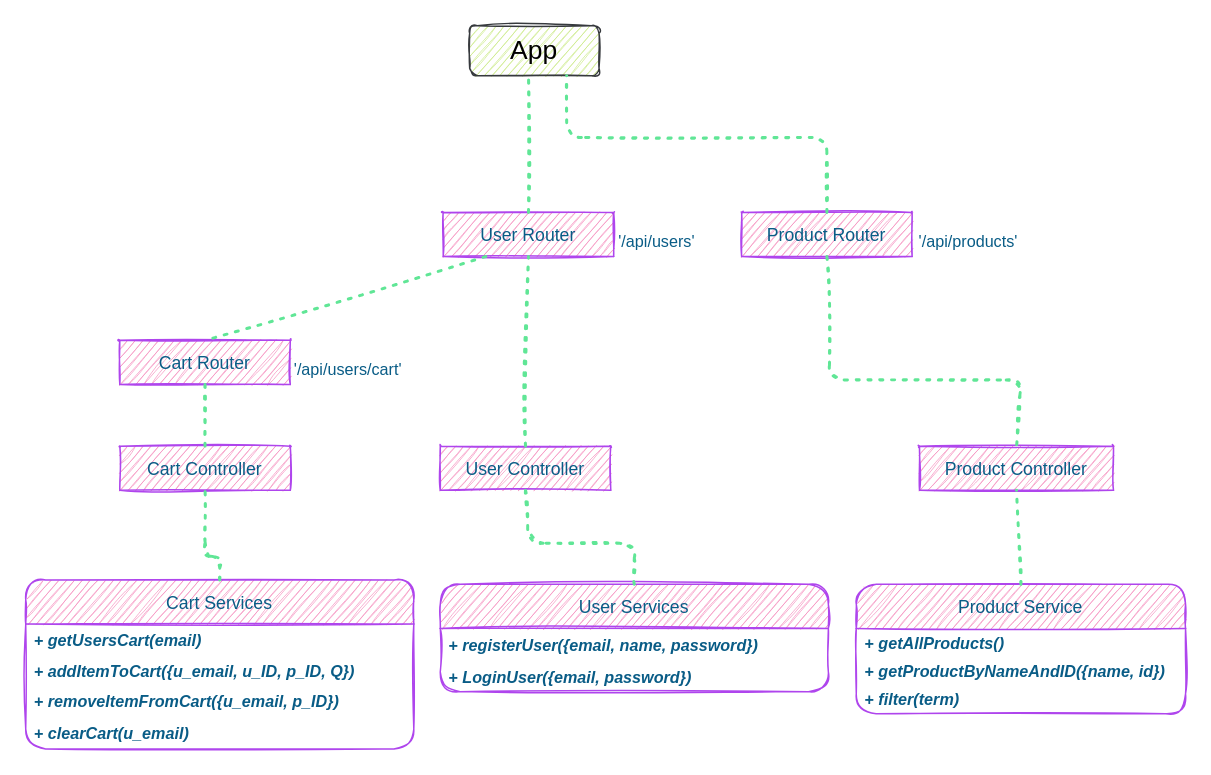
Above: page "Page-2" (2 of 3) of resource/tech-stack.drawio in Willz17/IkeaYouPath (draw.io), before the change. Source tidied: cells renumbered, new cells numbered last; positions are measured from the earlier drawing's top-left corner, leaving out a move shared by most shapes. Both pictures are drawn from the tidied source at 147%, with x=0, y=0 at pixel (25, 25).
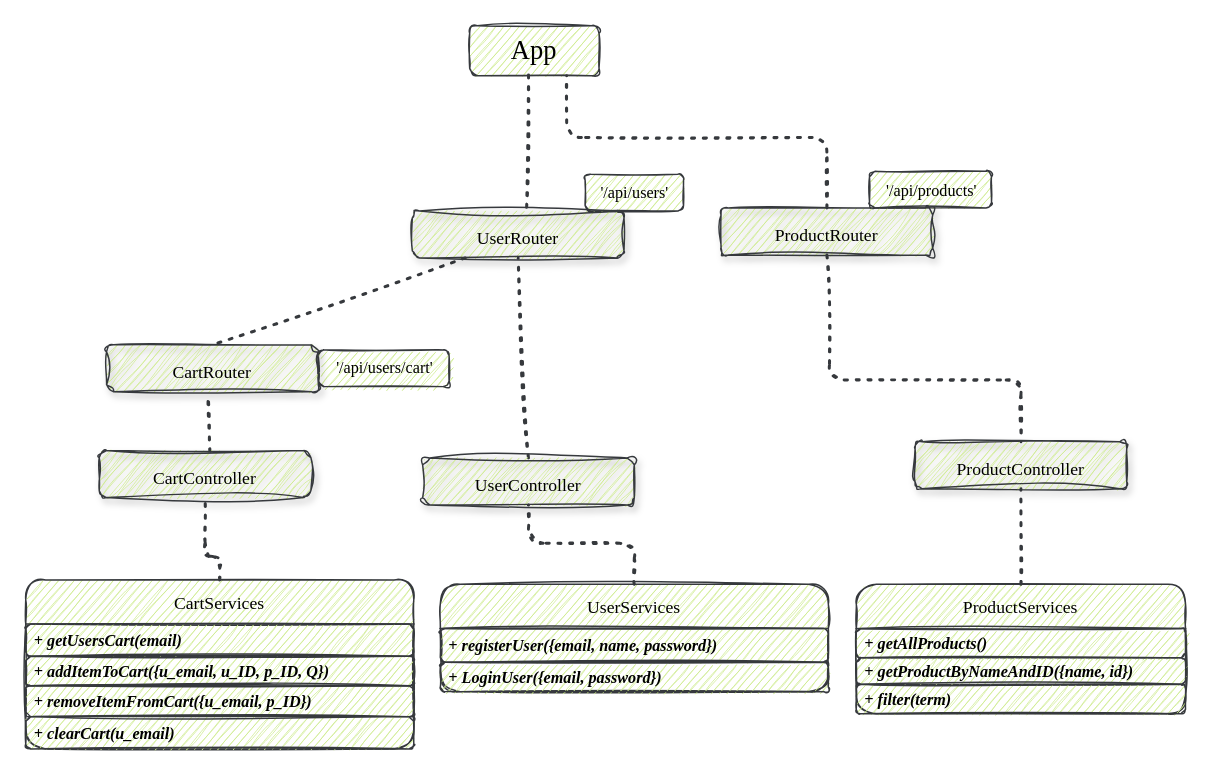
Above is the later version.

Diff of the diagram source:
```diff
@@
-    <mxCell id="2" value="App" style="rounded=1;whiteSpace=wrap;html=1;fontSize=18;sketch=1;fillColor=#cdeb8b;strokeColor=#36393d;" parent="1" vertex="1">
+    <mxCell id="2" value="App" style="rounded=1;whiteSpace=wrap;html=1;fontSize=18;sketch=1;fillColor=#cdeb8b;strokeColor=#36393d;fontFamily=Garamond;" parent="1" vertex="1">
       <mxGeometry x="302" width="88" height="34" as="geometry" />
     </mxCell>
-    <mxCell id="3" value="Product Router" style="swimlane;fontStyle=0;horizontal=1;startSize=30;fontSize=12;rounded=1;sketch=1;fillColor=#F694C1;strokeColor=#AF45ED;fontColor=#095C86;" parent="1" vertex="1" collapsed="1">
-      <mxGeometry x="487" y="127" width="116" height="30" as="geometry" />
-    </mxCell>
-    <mxCell id="4" value="User Router" style="swimlane;fontStyle=0;horizontal=1;startSize=30;fontSize=12;rounded=1;sketch=1;fillColor=#F694C1;strokeColor=#AF45ED;fontColor=#095C86;" parent="1" vertex="1" collapsed="1">
-      <mxGeometry x="284" y="127" width="116" height="30" as="geometry" />
-    </mxCell>
-    <mxCell id="5" value="Cart Router" style="swimlane;fontStyle=0;horizontal=1;startSize=30;fontSize=12;rounded=1;sketch=1;fillColor=#F694C1;strokeColor=#AF45ED;fontColor=#095C86;" parent="1" vertex="1" collapsed="1">
-      <mxGeometry x="64" y="214" width="116" height="30" as="geometry" />
-    </mxCell>
-    <mxCell id="6" value="Cart Controller" style="swimlane;fontStyle=0;horizontal=1;startSize=30;fontSize=12;rounded=1;sketch=1;fillColor=#F694C1;strokeColor=#AF45ED;fontColor=#095C86;" parent="1" vertex="1" collapsed="1">
-      <mxGeometry x="64" y="286" width="116" height="30" as="geometry" />
-    </mxCell>
-    <mxCell id="7" value="User Controller" style="swimlane;fontStyle=0;horizontal=1;startSize=30;fontSize=12;rounded=1;sketch=1;fillColor=#F694C1;strokeColor=#AF45ED;fontColor=#095C86;" parent="1" vertex="1" collapsed="1">
-      <mxGeometry x="282" y="286" width="116" height="30" as="geometry" />
-    </mxCell>
-    <mxCell id="8" value="Product Controller" style="swimlane;fontStyle=0;horizontal=1;startSize=30;fontSize=12;rounded=1;sketch=1;fillColor=#F694C1;strokeColor=#AF45ED;fontColor=#095C86;" parent="1" vertex="1" collapsed="1">
-      <mxGeometry x="608" y="286" width="132" height="30" as="geometry" />
-    </mxCell>
-    <mxCell id="9" value="User Services" style="swimlane;fontStyle=0;horizontal=1;startSize=30;fontSize=12;rounded=1;sketch=1;fillColor=#F694C1;strokeColor=#AF45ED;fontColor=#095C86;" parent="1" vertex="1">
+    <mxCell id="9" value="UserServices" style="swimlane;fontStyle=0;horizontal=1;startSize=30;fontSize=12;rounded=1;sketch=1;fillColor=#cdeb8b;strokeColor=#36393d;fontFamily=Garamond;" parent="1" vertex="1">
       <mxGeometry x="282" y="380" width="264" height="73" as="geometry" />
     </mxCell>
-    <mxCell id="10" value="+ registerUser({email, name, password})" style="text;strokeColor=none;fillColor=none;align=left;verticalAlign=middle;spacingLeft=4;spacingRight=4;overflow=hidden;fontSize=11;fontStyle=3;rounded=1;sketch=1;fontColor=#095C86;" parent="9" vertex="1">
+    <mxCell id="10" value="+ registerUser({email, name, password})" style="text;strokeColor=#36393d;fillColor=#cdeb8b;align=left;verticalAlign=middle;spacingLeft=4;spacingRight=4;overflow=hidden;fontSize=11;fontStyle=3;rounded=1;sketch=1;fontFamily=Garamond;" parent="9" vertex="1">
       <mxGeometry y="30" width="264" height="23" as="geometry" />
     </mxCell>
-    <mxCell id="11" value="+ LoginUser({email, password})" style="text;strokeColor=none;fillColor=none;align=left;verticalAlign=middle;spacingLeft=4;spacingRight=4;overflow=hidden;fontSize=11;fontStyle=3;rounded=1;sketch=1;fontColor=#095C86;" parent="9" vertex="1">
+    <mxCell id="11" value="+ LoginUser({email, password})" style="text;strokeColor=#36393d;fillColor=#cdeb8b;align=left;verticalAlign=middle;spacingLeft=4;spacingRight=4;overflow=hidden;fontSize=11;fontStyle=3;rounded=1;sketch=1;fontFamily=Garamond;" parent="9" vertex="1">
       <mxGeometry y="53" width="264" height="20" as="geometry" />
     </mxCell>
-    <mxCell id="12" value="Product Service" style="swimlane;fontStyle=0;horizontal=1;startSize=30;fontSize=12;rounded=1;sketch=1;fillColor=#F694C1;strokeColor=#AF45ED;fontColor=#095C86;" parent="1" vertex="1">
+    <mxCell id="12" value="ProductServices" style="swimlane;fontStyle=0;horizontal=1;startSize=30;fontSize=12;rounded=1;sketch=1;fillColor=#cdeb8b;strokeColor=#36393d;fontFamily=Garamond;" parent="1" vertex="1">
       <mxGeometry x="565" y="380" width="224" height="88" as="geometry" />
     </mxCell>
-    <mxCell id="13" value="+ getAllProducts()" style="text;strokeColor=none;fillColor=none;align=left;verticalAlign=middle;spacingLeft=4;spacingRight=4;overflow=hidden;fontSize=11;fontStyle=3;rounded=1;sketch=1;fontColor=#095C86;" parent="12" vertex="1">
+    <mxCell id="13" value="+ getAllProducts()" style="text;strokeColor=#36393d;fillColor=#cdeb8b;align=left;verticalAlign=middle;spacingLeft=4;spacingRight=4;overflow=hidden;fontSize=11;fontStyle=3;rounded=1;sketch=1;fontFamily=Garamond;" parent="12" vertex="1">
       <mxGeometry y="30" width="224" height="20" as="geometry" />
     </mxCell>
-    <mxCell id="14" value="+ getProductByNameAndID({name, id})" style="text;strokeColor=none;fillColor=none;align=left;verticalAlign=middle;spacingLeft=4;spacingRight=4;overflow=hidden;fontSize=11;fontStyle=3;rounded=1;sketch=1;fontColor=#095C86;" parent="12" vertex="1">
+    <mxCell id="14" value="+ getProductByNameAndID({name, id})" style="text;strokeColor=#36393d;fillColor=#cdeb8b;align=left;verticalAlign=middle;spacingLeft=4;spacingRight=4;overflow=hidden;fontSize=11;fontStyle=3;rounded=1;sketch=1;fontFamily=Garamond;" parent="12" vertex="1">
       <mxGeometry y="50" width="224" height="18" as="geometry" />
     </mxCell>
-    <mxCell id="15" value="+ filter(term)" style="text;strokeColor=none;fillColor=none;align=left;verticalAlign=middle;spacingLeft=4;spacingRight=4;overflow=hidden;fontSize=11;fontStyle=3;rounded=1;sketch=1;fontColor=#095C86;" parent="12" vertex="1">
+    <mxCell id="15" value="+ filter(term)" style="text;strokeColor=#36393d;fillColor=#cdeb8b;align=left;verticalAlign=middle;spacingLeft=4;spacingRight=4;overflow=hidden;fontSize=11;fontStyle=3;rounded=1;sketch=1;fontFamily=Garamond;" parent="12" vertex="1">
       <mxGeometry y="68" width="224" height="20" as="geometry" />
     </mxCell>
-    <mxCell id="16" value="'/api/users'" style="text;html=1;align=center;verticalAlign=middle;strokeColor=none;fillColor=none;fontSize=11;rounded=1;sketch=1;fontColor=#095C86;" parent="1" vertex="1">
-      <mxGeometry x="394" y="134" width="70" height="25" as="geometry" />
+    <mxCell id="16" value="'/api/users'" style="text;html=1;align=center;verticalAlign=middle;strokeColor=#36393d;fillColor=#cdeb8b;fontSize=11;rounded=1;sketch=1;fontFamily=Garamond;" parent="1" vertex="1">
+      <mxGeometry x="380.5" y="101" width="67" height="25" as="geometry" />
     </mxCell>
-    <mxCell id="17" style="endArrow=none;dashed=1;html=1;dashPattern=1 3;strokeWidth=2;rounded=1;fontSize=13;entryX=0.455;entryY=0.987;entryDx=0;entryDy=0;entryPerimeter=0;exitX=0.5;exitY=0;exitDx=0;exitDy=0;sketch=1;strokeColor=#60E696;fontColor=#095C86;" parent="1" edge="1" source="4" target="2">
+    <mxCell id="17" style="endArrow=none;dashed=1;html=1;dashPattern=1 3;strokeWidth=2;rounded=1;fontSize=13;entryX=0.455;entryY=0.987;entryDx=0;entryDy=0;entryPerimeter=0;exitX=0.54;exitY=-0.079;exitDx=0;exitDy=0;sketch=1;strokeColor=#36393d;fontColor=#095C86;fillColor=#cdeb8b;fontFamily=Garamond;exitPerimeter=0;" parent="1" edge="1" source="36" target="2">
       <mxGeometry relative="1" as="geometry" />
     </mxCell>
-    <mxCell id="18" style="endArrow=none;dashed=1;html=1;dashPattern=1 3;strokeWidth=2;rounded=1;fontSize=13;entryX=0.75;entryY=1;entryDx=0;entryDy=0;exitX=0.5;exitY=0;exitDx=0;exitDy=0;sketch=1;strokeColor=#60E696;fontColor=#095C86;" parent="1" edge="1" source="3" target="2">
+    <mxCell id="18" style="endArrow=none;dashed=1;html=1;dashPattern=1 3;strokeWidth=2;rounded=1;fontSize=13;entryX=0.75;entryY=1;entryDx=0;entryDy=0;exitX=0.5;exitY=0;exitDx=0;exitDy=0;sketch=1;strokeColor=#36393d;fontColor=#095C86;fillColor=#cdeb8b;fontFamily=Garamond;" parent="1" edge="1" source="37" target="2">
       <mxGeometry relative="1" as="geometry">
         <Array as="points">
           <mxPoint x="545" y="76" />
           <mxPoint x="368" y="76" />
         </Array>
       </mxGeometry>
     </mxCell>
-    <mxCell id="19" value="'/api/products'" style="text;html=1;align=center;verticalAlign=middle;strokeColor=none;fillColor=none;fontSize=11;rounded=1;sketch=1;fontColor=#095C86;" parent="1" vertex="1">
-      <mxGeometry x="598" y="134" width="85" height="25" as="geometry" />
+    <mxCell id="19" value="'/api/products'" style="text;html=1;align=center;verticalAlign=middle;strokeColor=#36393d;fillColor=#cdeb8b;fontSize=11;rounded=1;sketch=1;fontFamily=Garamond;" parent="1" vertex="1">
+      <mxGeometry x="574" y="99" width="83" height="25" as="geometry" />
     </mxCell>
-    <mxCell id="20" style="endArrow=none;dashed=1;html=1;dashPattern=1 3;strokeWidth=2;rounded=1;fontSize=13;exitX=0.25;exitY=1;exitDx=0;exitDy=0;entryX=0.5;entryY=0;entryDx=0;entryDy=0;sketch=1;strokeColor=#60E696;fontColor=#095C86;" parent="1" edge="1" source="4" target="5">
+    <mxCell id="20" style="endArrow=none;dashed=1;html=1;dashPattern=1 3;strokeWidth=2;rounded=1;fontSize=13;exitX=0.25;exitY=1;exitDx=0;exitDy=0;entryX=0.5;entryY=0;entryDx=0;entryDy=0;sketch=1;strokeColor=#36393d;fontColor=#095C86;fillColor=#cdeb8b;fontFamily=Garamond;" parent="1" edge="1" source="36" target="38">
       <mxGeometry relative="1" as="geometry" />
     </mxCell>
-    <mxCell id="21" value="'/api/users/cart'" style="text;html=1;align=center;verticalAlign=middle;strokeColor=none;fillColor=none;fontSize=11;rounded=1;sketch=1;fontColor=#095C86;" parent="1" vertex="1">
-      <mxGeometry x="173" y="221" width="91" height="25" as="geometry" />
+    <mxCell id="21" value="'/api/users/cart'" style="text;html=1;align=center;verticalAlign=middle;strokeColor=#36393d;fillColor=#cdeb8b;fontSize=11;rounded=1;sketch=1;fontFamily=Garamond;" parent="1" vertex="1">
+      <mxGeometry x="199" y="220.5" width="89" height="25" as="geometry" />
     </mxCell>
-    <mxCell id="22" style="endArrow=none;dashed=1;html=1;dashPattern=1 3;strokeWidth=2;rounded=1;fontSize=13;exitX=0.5;exitY=0;exitDx=0;exitDy=0;entryX=0.5;entryY=1;entryDx=0;entryDy=0;sketch=1;strokeColor=#60E696;fontColor=#095C86;" parent="1" edge="1" source="6" target="5">
+    <mxCell id="22" style="endArrow=none;dashed=1;html=1;dashPattern=1 3;strokeWidth=2;rounded=1;fontSize=13;exitX=0.523;exitY=0.024;exitDx=0;exitDy=0;entryX=0.48;entryY=1.108;entryDx=0;entryDy=0;sketch=1;strokeColor=#36393d;fontColor=#095C86;fillColor=#cdeb8b;fontFamily=Garamond;exitPerimeter=0;entryPerimeter=0;" parent="1" edge="1" source="33" target="38">
       <mxGeometry relative="1" as="geometry" />
     </mxCell>
-    <mxCell id="23" style="endArrow=none;dashed=1;html=1;dashPattern=1 3;strokeWidth=2;rounded=1;fontSize=13;entryX=0.5;entryY=1;entryDx=0;entryDy=0;exitX=0.5;exitY=0;exitDx=0;exitDy=0;sketch=1;strokeColor=#60E696;fontColor=#095C86;" parent="1" edge="1" source="7" target="4">
+    <mxCell id="23" style="endArrow=none;dashed=1;html=1;dashPattern=1 3;strokeWidth=2;rounded=1;fontSize=13;entryX=0.5;entryY=1;entryDx=0;entryDy=0;exitX=0.5;exitY=0;exitDx=0;exitDy=0;sketch=1;strokeColor=#36393d;fontColor=#095C86;fillColor=#cdeb8b;fontFamily=Garamond;" parent="1" edge="1" source="34" target="36">
       <mxGeometry relative="1" as="geometry" />
     </mxCell>
-    <mxCell id="24" style="endArrow=none;dashed=1;html=1;dashPattern=1 3;strokeWidth=2;rounded=1;fontSize=13;entryX=0.5;entryY=0;entryDx=0;entryDy=0;exitX=0.5;exitY=1;exitDx=0;exitDy=0;sketch=1;strokeColor=#60E696;fontColor=#095C86;" parent="1" edge="1" source="3" target="8">
+    <mxCell id="24" style="endArrow=none;dashed=1;html=1;dashPattern=1 3;strokeWidth=2;rounded=1;fontSize=13;entryX=0.5;entryY=0;entryDx=0;entryDy=0;exitX=0.5;exitY=1;exitDx=0;exitDy=0;sketch=1;strokeColor=#36393d;fontColor=#095C86;fillColor=#cdeb8b;fontFamily=Garamond;" parent="1" edge="1" source="37" target="35">
       <mxGeometry relative="1" as="geometry">
         <Array as="points">
           <mxPoint x="547" y="241" />
           <mxPoint x="677" y="241" />
         </Array>
       </mxGeometry>
     </mxCell>
-    <mxCell id="25" value="Cart Services" style="swimlane;fontStyle=0;horizontal=1;startSize=30;fontSize=12;rounded=1;sketch=1;fillColor=#F694C1;strokeColor=#AF45ED;fontColor=#095C86;" parent="1" vertex="1">
+    <mxCell id="25" value="CartServices" style="swimlane;fontStyle=0;horizontal=1;startSize=30;fontSize=12;rounded=1;sketch=1;fillColor=#cdeb8b;strokeColor=#36393d;fontFamily=Garamond;" parent="1" vertex="1">
       <mxGeometry y="377" width="264" height="115" as="geometry" />
     </mxCell>
-    <mxCell id="26" value="+ getUsersCart(email)" style="text;strokeColor=none;fillColor=none;align=left;verticalAlign=middle;spacingLeft=4;spacingRight=4;overflow=hidden;fontSize=11;fontStyle=3;rounded=1;sketch=1;fontColor=#095C86;" parent="25" vertex="1">
+    <mxCell id="26" value="+ getUsersCart(email)" style="text;strokeColor=#36393d;fillColor=#cdeb8b;align=left;verticalAlign=middle;spacingLeft=4;spacingRight=4;overflow=hidden;fontSize=11;fontStyle=3;rounded=1;sketch=1;fontFamily=Garamond;" parent="25" vertex="1">
       <mxGeometry y="30" width="264" height="22" as="geometry" />
     </mxCell>
-    <mxCell id="27" value="+ addItemToCart({u_email, u_ID, p_ID, Q})" style="text;strokeColor=none;fillColor=none;align=left;verticalAlign=middle;spacingLeft=4;spacingRight=4;overflow=hidden;fontSize=11;fontStyle=3;rounded=1;sketch=1;fontColor=#095C86;" parent="25" vertex="1">
+    <mxCell id="27" value="+ addItemToCart({u_email, u_ID, p_ID, Q})" style="text;strokeColor=#36393d;fillColor=#cdeb8b;align=left;verticalAlign=middle;spacingLeft=4;spacingRight=4;overflow=hidden;fontSize=11;fontStyle=3;rounded=1;sketch=1;fontFamily=Garamond;" parent="25" vertex="1">
       <mxGeometry y="52" width="264" height="20" as="geometry" />
     </mxCell>
-    <mxCell id="28" value="+ removeItemFromCart({u_email, p_ID})" style="text;strokeColor=none;fillColor=none;align=left;verticalAlign=middle;spacingLeft=4;spacingRight=4;overflow=hidden;fontSize=11;fontStyle=3;rounded=1;sketch=1;fontColor=#095C86;" parent="25" vertex="1">
+    <mxCell id="28" value="+ removeItemFromCart({u_email, p_ID})" style="text;strokeColor=#36393d;fillColor=#cdeb8b;align=left;verticalAlign=middle;spacingLeft=4;spacingRight=4;overflow=hidden;fontSize=11;fontStyle=3;rounded=1;sketch=1;fontFamily=Garamond;" parent="25" vertex="1">
       <mxGeometry y="72" width="264" height="21" as="geometry" />
     </mxCell>
-    <mxCell id="29" value="+ clearCart(u_email)" style="text;strokeColor=none;fillColor=none;align=left;verticalAlign=middle;spacingLeft=4;spacingRight=4;overflow=hidden;fontSize=11;fontStyle=3;rounded=1;sketch=1;fontColor=#095C86;" parent="25" vertex="1">
+    <mxCell id="29" value="+ clearCart(u_email)" style="text;strokeColor=#36393d;fillColor=#cdeb8b;align=left;verticalAlign=middle;spacingLeft=4;spacingRight=4;overflow=hidden;fontSize=11;fontStyle=3;rounded=1;sketch=1;fontFamily=Garamond;" parent="25" vertex="1">
       <mxGeometry y="93" width="264" height="22" as="geometry" />
     </mxCell>
-    <mxCell id="30" style="endArrow=none;dashed=1;html=1;dashPattern=1 3;strokeWidth=2;rounded=1;fontSize=11;exitX=0.5;exitY=0;exitDx=0;exitDy=0;entryX=0.5;entryY=1;entryDx=0;entryDy=0;sketch=1;strokeColor=#60E696;fontColor=#095C86;" parent="1" edge="1" source="9" target="7">
+    <mxCell id="30" style="endArrow=none;dashed=1;html=1;dashPattern=1 3;strokeWidth=2;rounded=1;fontSize=11;exitX=0.5;exitY=0;exitDx=0;exitDy=0;entryX=0.5;entryY=1;entryDx=0;entryDy=0;sketch=1;strokeColor=#36393d;fontColor=#095C86;fillColor=#cdeb8b;fontFamily=Garamond;" parent="1" edge="1" source="9" target="34">
       <mxGeometry relative="1" as="geometry">
         <Array as="points">
           <mxPoint x="414" y="352" />
           <mxPoint x="342" y="352" />
         </Array>
       </mxGeometry>
     </mxCell>
-    <mxCell id="31" style="endArrow=none;dashed=1;html=1;dashPattern=1 3;strokeWidth=2;rounded=1;fontSize=13;exitX=0.5;exitY=0;exitDx=0;exitDy=0;entryX=0.5;entryY=1;entryDx=0;entryDy=0;sketch=1;strokeColor=#60E696;fontColor=#095C86;" parent="1" edge="1" source="12" target="8">
+    <mxCell id="31" style="endArrow=none;dashed=1;html=1;dashPattern=1 3;strokeWidth=2;rounded=1;fontSize=13;exitX=0.5;exitY=0;exitDx=0;exitDy=0;entryX=0.5;entryY=1;entryDx=0;entryDy=0;sketch=1;strokeColor=#36393d;fontColor=#095C86;fillColor=#cdeb8b;fontFamily=Garamond;" parent="1" edge="1" source="12" target="35">
       <mxGeometry relative="1" as="geometry" />
     </mxCell>
-    <mxCell id="32" style="endArrow=none;dashed=1;html=1;dashPattern=1 3;strokeWidth=2;rounded=1;fontSize=13;exitX=0.5;exitY=0;exitDx=0;exitDy=0;entryX=0.5;entryY=1;entryDx=0;entryDy=0;sketch=1;strokeColor=#60E696;fontColor=#095C86;" parent="1" edge="1" source="25" target="6">
+    <mxCell id="32" style="endArrow=none;dashed=1;html=1;dashPattern=1 3;strokeWidth=2;rounded=1;fontSize=13;exitX=0.5;exitY=0;exitDx=0;exitDy=0;entryX=0.5;entryY=1;entryDx=0;entryDy=0;sketch=1;strokeColor=#36393d;fontColor=#095C86;fillColor=#cdeb8b;fontFamily=Garamond;" parent="1" edge="1" source="25" target="33">
       <mxGeometry relative="1" as="geometry">
         <Array as="points">
           <mxPoint x="132" y="361" />
           <mxPoint x="122" y="361" />
         </Array>
       </mxGeometry>
     </mxCell>
+    <mxCell id="33" value="&lt;span style=&quot;font-size: 12px;&quot;&gt;CartController&lt;/span&gt;" style="rounded=1;whiteSpace=wrap;html=1;shadow=1;glass=0;sketch=1;hachureGap=4;jiggle=2;strokeColor=#36393d;fontFamily=Garamond;fontSize=21;fillColor=#cdeb8b;" parent="1" vertex="1">
+      <mxGeometry x="50" y="289" width="144" height="32" as="geometry" />
+    </mxCell>
+    <mxCell id="34" value="&lt;span style=&quot;font-size: 12px;&quot;&gt;UserController&lt;/span&gt;" style="rounded=1;whiteSpace=wrap;html=1;shadow=1;glass=0;sketch=1;hachureGap=4;jiggle=2;strokeColor=#36393d;fontFamily=Garamond;fontSize=21;fillColor=#cdeb8b;" parent="1" vertex="1">
+      <mxGeometry x="270" y="294" width="144" height="32" as="geometry" />
+    </mxCell>
+    <mxCell id="35" value="&lt;span style=&quot;font-size: 12px;&quot;&gt;ProductController&lt;/span&gt;" style="rounded=1;whiteSpace=wrap;html=1;shadow=1;glass=0;sketch=1;hachureGap=4;jiggle=2;strokeColor=#36393d;fontFamily=Garamond;fontSize=21;fillColor=#cdeb8b;" parent="1" vertex="1">
+      <mxGeometry x="605" y="283" width="144" height="32" as="geometry" />
+    </mxCell>
+    <mxCell id="36" value="&lt;span style=&quot;font-size: 12px;&quot;&gt;UserRouter&lt;/span&gt;" style="rounded=1;whiteSpace=wrap;html=1;shadow=1;glass=0;sketch=1;hachureGap=4;jiggle=2;strokeColor=#36393d;fontFamily=Garamond;fontSize=21;fillColor=#cdeb8b;" parent="1" vertex="1">
+      <mxGeometry x="263" y="126" width="144" height="32" as="geometry" />
+    </mxCell>
+    <mxCell id="37" value="&lt;span style=&quot;font-size: 12px;&quot;&gt;ProductRouter&lt;/span&gt;" style="rounded=1;whiteSpace=wrap;html=1;shadow=1;glass=0;sketch=1;hachureGap=4;jiggle=2;strokeColor=#36393d;fontFamily=Garamond;fontSize=21;fillColor=#cdeb8b;" parent="1" vertex="1">
+      <mxGeometry x="473" y="124" width="144" height="32" as="geometry" />
+    </mxCell>
+    <mxCell id="38" value="&lt;span style=&quot;font-size: 12px;&quot;&gt;CartRouter&lt;/span&gt;" style="rounded=1;whiteSpace=wrap;html=1;shadow=1;glass=0;sketch=1;hachureGap=4;jiggle=2;strokeColor=#36393d;fontFamily=Garamond;fontSize=21;fillColor=#cdeb8b;" parent="1" vertex="1">
+      <mxGeometry x="55" y="217" width="144" height="32" as="geometry" />
+    </mxCell>
```
